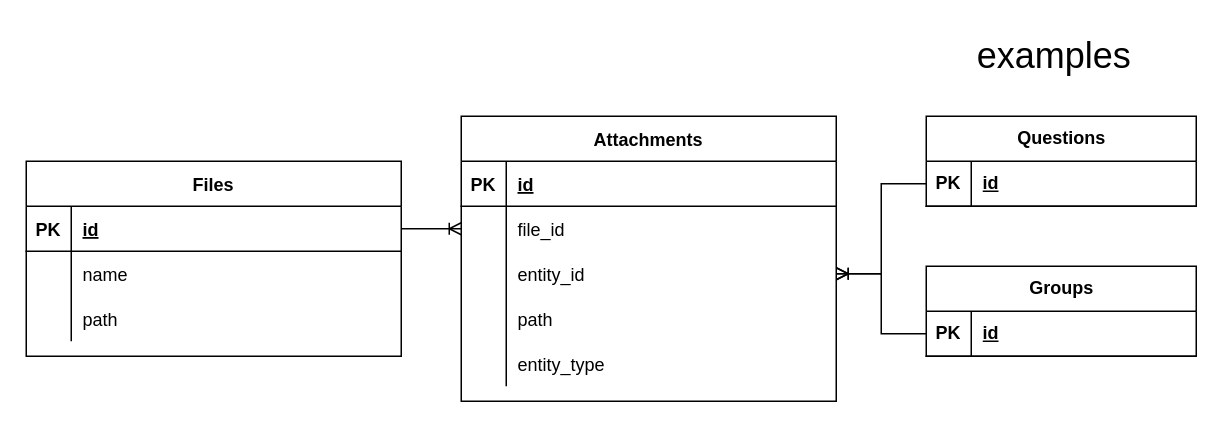
andrew-atef/andrew-atef keeps this draw.io diagram as File Manager.drawio. Above is the earlier version. Source tidied: cells renumbered, new cells numbered last; positions are measured from the earlier drawing's top-left corner, leaving out a move shared by most shapes. Both pictures are drawn from the tidied source at 150%, with x=0, y=0 at pixel (26, 26).
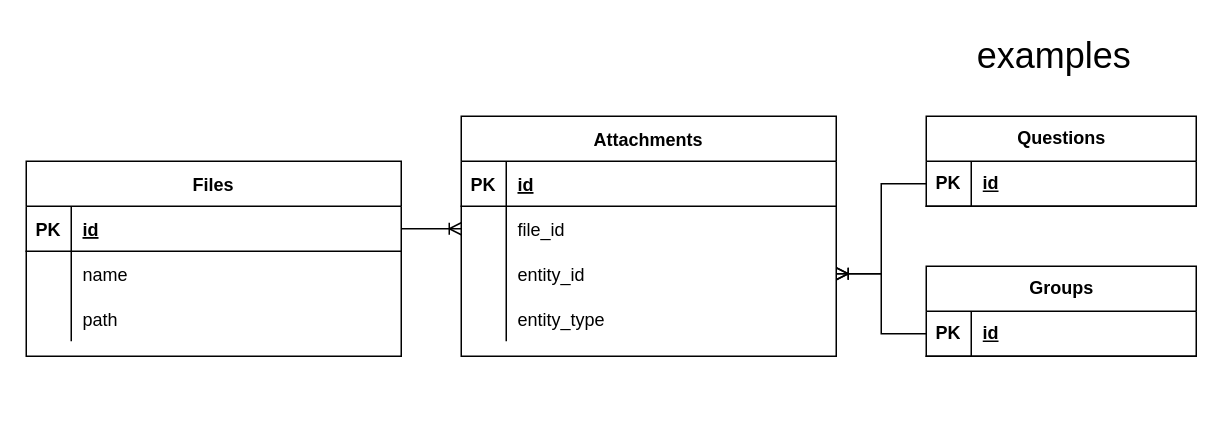
Above is the later version.

Change to the diagram source:
```diff
@@
     <mxCell id="12" value="Attachments" style="shape=table;startSize=30;childLayout=tableLayout;rowLines=0;fontStyle=1;align=center;" parent="1" vertex="1">
-      <mxGeometry x="290" y="60" width="250" height="190" as="geometry" />
+      <mxGeometry x="290" y="60" width="250" height="160" as="geometry" />
     </mxCell>
@@
-    <mxCell id="22" style="shape=partialRectangle;fillColor=none;top=0;left=0;right=0;bottom=0;" parent="12" vertex="1">
-      <mxGeometry y="120" width="250" height="30" as="geometry" />
-    </mxCell>
-    <mxCell id="23" style="shape=partialRectangle;overflow=hidden;fillColor=none;top=0;left=0;bottom=0;right=0;" parent="22" vertex="1">
-      <mxGeometry width="30" height="30" as="geometry" />
-    </mxCell>
-    <mxCell id="24" value="path" style="shape=partialRectangle;overflow=hidden;fillColor=none;top=0;left=0;bottom=0;right=0;align=left;spacingLeft=6;" parent="22" vertex="1">
-      <mxGeometry x="30" width="220" height="30" as="geometry" />
-    </mxCell>
     <mxCell id="25" style="shape=partialRectangle;fillColor=none;top=0;left=0;right=0;bottom=0;" parent="12" vertex="1">
-      <mxGeometry y="150" width="250" height="30" as="geometry" />
+      <mxGeometry y="120" width="250" height="30" as="geometry" />
     </mxCell>
```
